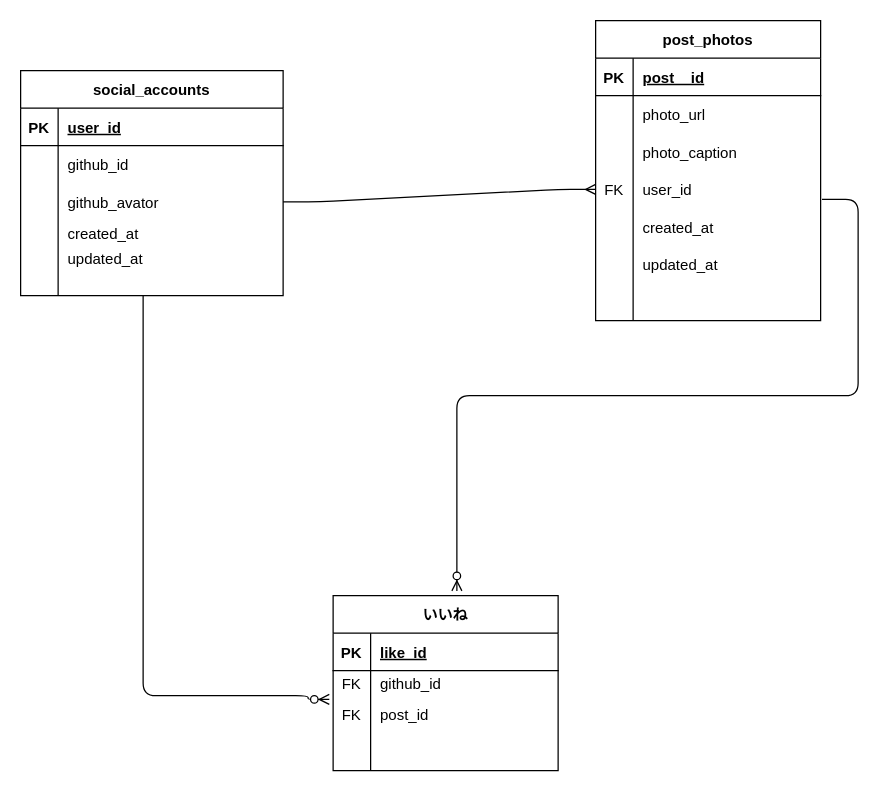
Above: instagram (3).drawio in moriokameda/team-lab-online-skillup (draw.io), before the change. Source tidied: cells renumbered, new cells numbered last; positions are measured from the earlier drawing's top-left corner, leaving out a move shared by most shapes. Both pictures are drawn from the tidied source at 125%, with x=0, y=0 at pixel (20, 20).
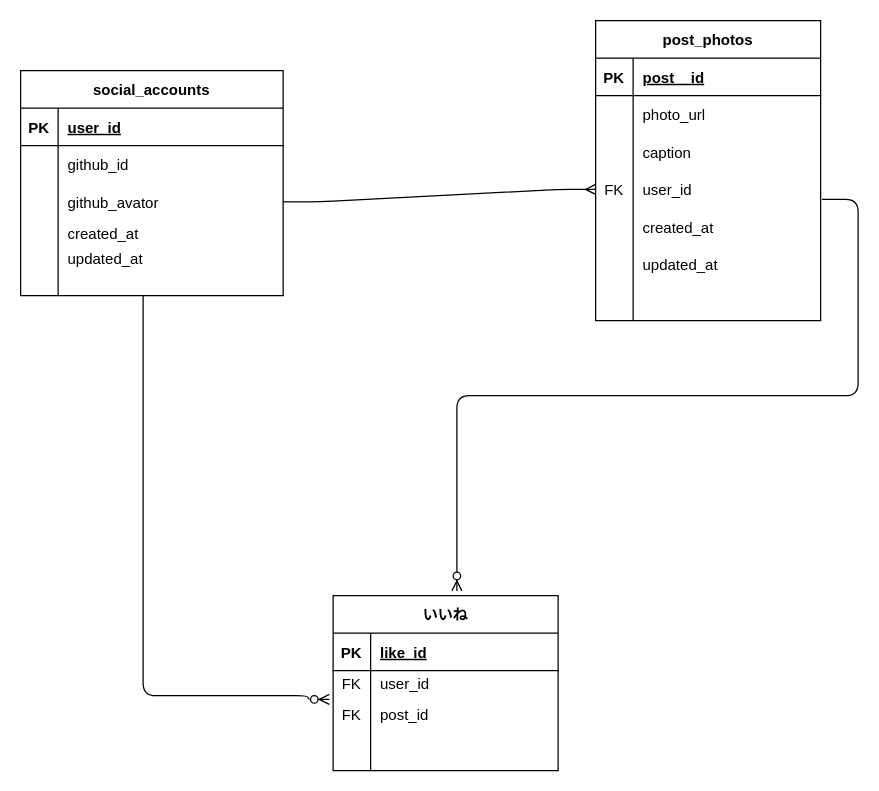
The same diagram, later.

The change refers to these unchanged cells:
```xml
<mxCell id="29" style="shape=partialRectangle;fillColor=none;top=0;left=0;bottom=0;right=0;" parent="22" vertex="1">
  <mxGeometry y="90" width="180" height="30" as="geometry" />
</mxCell>
<mxCell id="48" style="shape=partialRectangle;fillColor=none;top=0;left=0;bottom=0;right=0;" parent="44" vertex="1">
  <mxGeometry y="60" width="180" height="20" as="geometry" />
</mxCell>
```

The edit, as a diff of the source:
```diff
@@
-    <mxCell id="31" value="photo_caption" style="shape=partialRectangle;fillColor=none;top=0;left=0;bottom=0;right=0;align=left;spacingLeft=6;overflow=hidden;" parent="29" vertex="1">
+    <mxCell id="31" value="caption" style="shape=partialRectangle;fillColor=none;top=0;left=0;bottom=0;right=0;align=left;spacingLeft=6;overflow=hidden;" parent="29" vertex="1">
       <mxGeometry x="30" width="150" height="30" as="geometry" />
     </mxCell>
@@
-    <mxCell id="50" value="github_id" style="shape=partialRectangle;fillColor=none;top=0;left=0;bottom=0;right=0;align=left;spacingLeft=6;overflow=hidden;" parent="48" vertex="1">
+    <mxCell id="50" value="user_id" style="shape=partialRectangle;fillColor=none;top=0;left=0;bottom=0;right=0;align=left;spacingLeft=6;overflow=hidden;" parent="48" vertex="1">
       <mxGeometry x="30" width="150" height="20" as="geometry" />
     </mxCell>
```
